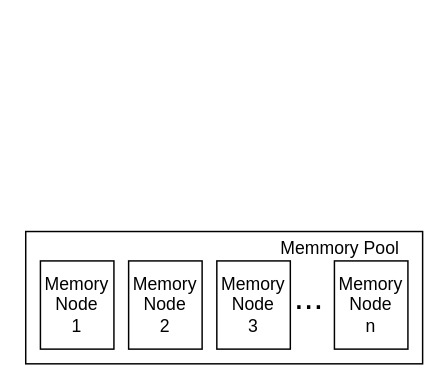
The draw.io diagram 3m_paper/overall.drawio in linqinluli/picture_draw, before the edit. Source tidied: cells renumbered, new cells numbered last; positions are measured from the earlier drawing's top-left corner, leaving out a move shared by most shapes. Both pictures are drawn from the tidied source at 147%, with x=0, y=0 at pixel (25, 226).
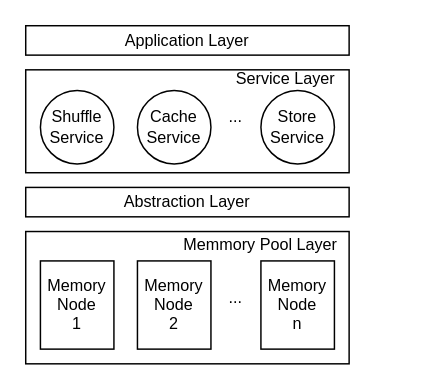
After the change.

What changed in the source:
```diff
@@
 <mxGraphModel>
   <root>
     <mxCell id="0" />
     <mxCell id="1" parent="0" />
-    <mxCell id="2" style="rounded=0;whiteSpace=wrap;html=1;" parent="1" vertex="1">
-      <mxGeometry y="3" width="270" height="90" as="geometry" />
+    <mxCell id="2" style="rounded=0;whiteSpace=wrap;html=1;fontSize=11;" parent="1" vertex="1">
+      <mxGeometry y="3" width="220" height="90" as="geometry" />
     </mxCell>
-    <mxCell id="3" value="Memory&lt;br&gt;Node&lt;br&gt;1" style="rounded=0;whiteSpace=wrap;html=1;" parent="1" vertex="1">
+    <mxCell id="3" value="Memory&lt;br style=&quot;font-size: 11px;&quot;&gt;Node&lt;br style=&quot;font-size: 11px;&quot;&gt;1" style="rounded=0;whiteSpace=wrap;html=1;fontSize=11;" parent="1" vertex="1">
       <mxGeometry x="10" y="23" width="50" height="60" as="geometry" />
     </mxCell>
-    <mxCell id="4" value="Memory&lt;br style=&quot;border-color: var(--border-color);&quot;&gt;Node&lt;br style=&quot;border-color: var(--border-color);&quot;&gt;2" style="rounded=0;whiteSpace=wrap;html=1;" parent="1" vertex="1">
-      <mxGeometry x="70" y="23" width="50" height="60" as="geometry" />
+    <mxCell id="4" value="Memory&lt;br style=&quot;border-color: var(--border-color); font-size: 11px;&quot;&gt;Node&lt;br style=&quot;border-color: var(--border-color); font-size: 11px;&quot;&gt;2" style="rounded=0;whiteSpace=wrap;html=1;fontSize=11;" parent="1" vertex="1">
+      <mxGeometry x="76" y="23" width="50" height="60" as="geometry" />
     </mxCell>
-    <mxCell id="5" value="Memory&lt;br&gt;Node&lt;br&gt;3" style="rounded=0;whiteSpace=wrap;html=1;" parent="1" vertex="1">
-      <mxGeometry x="130" y="23" width="50" height="60" as="geometry" />
-    </mxCell>
-    <mxCell id="6" value="Memory&lt;br&gt;Node&lt;br&gt;n" style="rounded=0;whiteSpace=wrap;html=1;" parent="1" vertex="1">
-      <mxGeometry x="210" y="23" width="50" height="60" as="geometry" />
+    <mxCell id="6" value="Memory&lt;br style=&quot;font-size: 11px;&quot;&gt;Node&lt;br style=&quot;font-size: 11px;&quot;&gt;n" style="rounded=0;whiteSpace=wrap;html=1;fontSize=11;" parent="1" vertex="1">
+      <mxGeometry x="160" y="23" width="50" height="60" as="geometry" />
     </mxCell>
-    <mxCell id="7" value="Memmory Pool" style="text;html=1;align=center;verticalAlign=middle;whiteSpace=wrap;rounded=0;" parent="1" vertex="1">
-      <mxGeometry x="169" width="90" height="30" as="geometry" />
+    <mxCell id="7" value="Memmory Pool Layer" style="text;html=1;align=center;verticalAlign=middle;whiteSpace=wrap;rounded=0;fontSize=11;" parent="1" vertex="1">
+      <mxGeometry x="100" y="7" width="120" height="10" as="geometry" />
     </mxCell>
-    <mxCell id="8" value="&lt;span style=&quot;font-size: 24px;&quot;&gt;...&lt;/span&gt;" style="text;html=1;align=center;verticalAlign=middle;whiteSpace=wrap;rounded=0;" parent="1" vertex="1">
-      <mxGeometry x="176" y="33" width="34" height="30" as="geometry" />
+    <mxCell id="8" value="&lt;span style=&quot;font-size: 11px;&quot;&gt;...&lt;/span&gt;" style="text;html=1;align=center;verticalAlign=middle;whiteSpace=wrap;rounded=0;fontSize=11;" parent="1" vertex="1">
+      <mxGeometry x="126" y="33" width="34" height="30" as="geometry" />
     </mxCell>
+    <mxCell id="9" value="Abstraction Layer" style="rounded=0;whiteSpace=wrap;html=1;fontSize=11;" parent="1" vertex="1">
+      <mxGeometry y="-27" width="220" height="20" as="geometry" />
+    </mxCell>
+    <mxCell id="10" style="rounded=0;whiteSpace=wrap;html=1;fontSize=11;" parent="1" vertex="1">
+      <mxGeometry y="-107" width="220" height="70" as="geometry" />
+    </mxCell>
+    <mxCell id="11" value="Service Layer" style="text;html=1;align=center;verticalAlign=middle;whiteSpace=wrap;rounded=0;fontSize=11;" parent="1" vertex="1">
+      <mxGeometry x="136" y="-106" width="82" height="10" as="geometry" />
+    </mxCell>
+    <mxCell id="12" value="Shuffle&lt;br style=&quot;font-size: 11px;&quot;&gt;Service" style="ellipse;whiteSpace=wrap;html=1;fontSize=11;" parent="1" vertex="1">
+      <mxGeometry x="10" y="-93" width="50" height="50" as="geometry" />
+    </mxCell>
+    <mxCell id="13" value="Cache&lt;br style=&quot;font-size: 11px;&quot;&gt;Service" style="ellipse;whiteSpace=wrap;html=1;fontSize=11;" parent="1" vertex="1">
+      <mxGeometry x="76" y="-93" width="50" height="50" as="geometry" />
+    </mxCell>
+    <mxCell id="14" value="Store&lt;br style=&quot;font-size: 11px;&quot;&gt;Service" style="ellipse;whiteSpace=wrap;html=1;fontSize=11;" parent="1" vertex="1">
+      <mxGeometry x="160" y="-93" width="50" height="50" as="geometry" />
+    </mxCell>
+    <mxCell id="15" value="Application Layer" style="rounded=0;whiteSpace=wrap;html=1;fontSize=11;" parent="1" vertex="1">
+      <mxGeometry y="-137" width="220" height="20" as="geometry" />
+    </mxCell>
+    <mxCell id="16" value="&lt;span style=&quot;font-size: 11px;&quot;&gt;...&lt;/span&gt;" style="text;html=1;align=center;verticalAlign=middle;whiteSpace=wrap;rounded=0;fontSize=11;" parent="1" vertex="1">
+      <mxGeometry x="126" y="-90" width="34" height="30" as="geometry" />
+    </mxCell>
   </root>
 </mxGraphModel>
```
